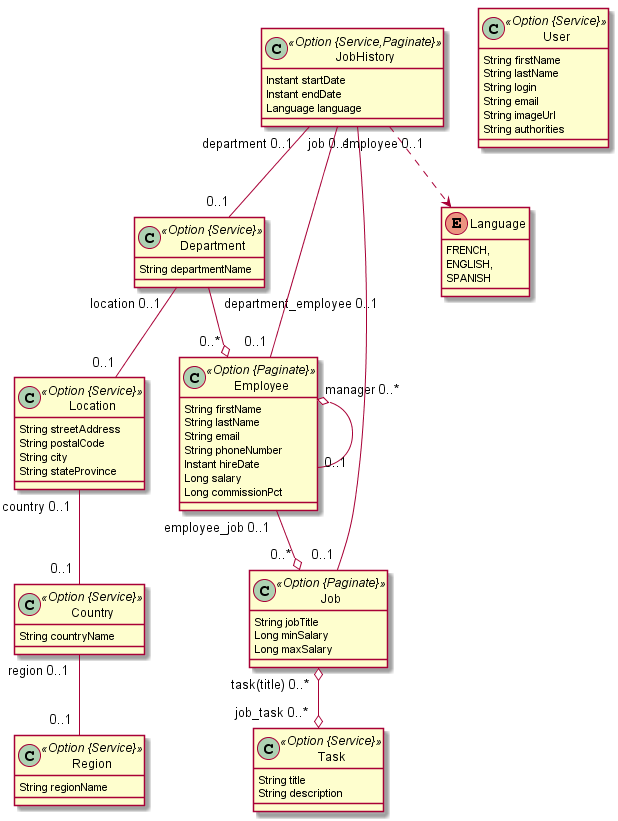
This is jdl-samples/oracle.png from aguilasa/tcc_II, a PlantUML export, as it was before one commit. Source of this version:
```plantuml
@startuml
	!pragma syntax class
	class Region <<Option {Service}>> {
		String regionName
	}
	class Country <<Option {Service}>> {
		String countryName
	}
	class Location <<Option {Service}>> {
		String streetAddress
		String postalCode
		String city
		String stateProvince
	}
	class Department <<Option {Service}>> {
		String departmentName
	}
	class Task <<Option {Service}>> {
		String title
		String description
	}
	class Employee <<Option {Paginate}>> {
		String firstName
		String lastName
		String email
		String phoneNumber
		Instant hireDate
		Long salary
		Long commissionPct
	}
	class Job <<Option {Paginate}>> {
		String jobTitle
		Long minSalary
		Long maxSalary
	}
	class JobHistory <<Option {Service,Paginate}>> {
		Instant startDate
		Instant endDate
		Language language
	}
	JobHistory ..> Language
	enum Language {
		FRENCH,
		ENGLISH,
		SPANISH
	}
	Country  "region 0..1 " -- "0..1 "  Region
	Location  "country 0..1 " -- "0..1 "  Country
	Department  "location 0..1 " -- "0..1 "  Location
	Job  "task(title) 0..* " o--o "job_task 0..* "  Task
	Employee  "employee_job 0..1 " --o "0..* "  Job
	Department  "department_employee 0..1 " --o "0..* "  Employee
	Employee  "manager 0..* " o-- "0..1 "  Employee
	JobHistory  "job 0..1 " -- "0..1 "  Job
	JobHistory  "department 0..1 " -- "0..1 "  Department
	JobHistory  "employee 0..1 " -- "0..1 "  Employee
	class User <<Option {Service}>> {
		String firstName
		String lastName
		String login
		String email
		String imageUrl
		String authorities
	}
@enduml
```
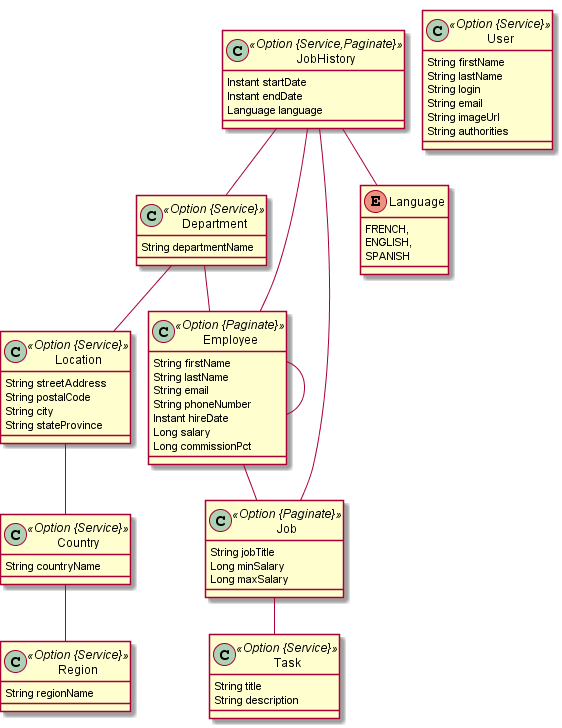
Later version of the same file.

Diff of the diagram source:
```diff
@@ -1,4 +1,5 @@
 @startuml
+	!pragma graphviz_dot jdot
 	!pragma syntax class
 	class Region <<Option {Service}>> {
 		String regionName
```
